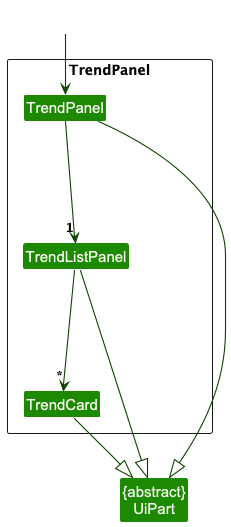
kailermai/tp keeps this PlantUML diagram as docs/images/TrendPanelClassDiagram.png. Above is the earlier version.
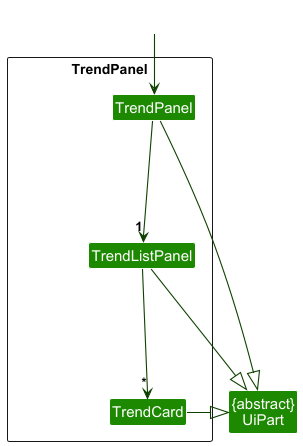
Later version of the same file.

Commit message:
Improve readability for class diagrams

Diff of the diagram source:
```diff
@@ -18,7 +18,7 @@
 "TrendPanel" -down--> "1"TrendListPanel
 TrendListPanel -down--> "*"TrendCard
 
-TrendPanel -|> UiPart
-TrendListPanel -|> UiPart
-TrendCard --|> UiPart
+TrendPanel -right-|> UiPart
+TrendListPanel -right|> UiPart
+TrendCard -right-|> UiPart
 @enduml
```
